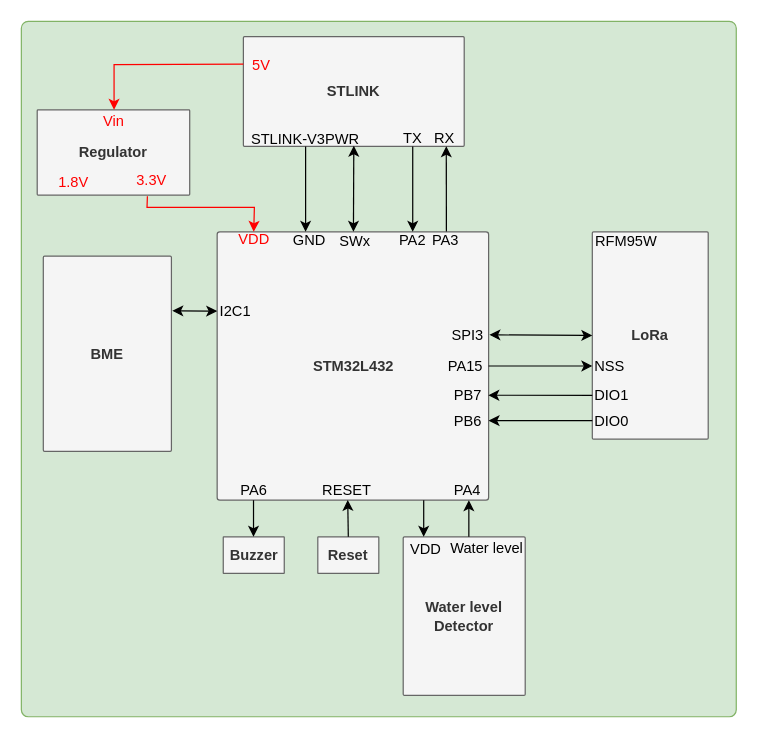
This is synoptique.drawio from senaalem/projet-iot, a draw.io file, before an edit. Source tidied: cells renumbered, new cells numbered last; positions are measured from the earlier drawing's top-left corner, leaving out a move shared by most shapes. Both pictures are drawn from the tidied source at 122%, with x=0, y=0 at pixel (21, 21).
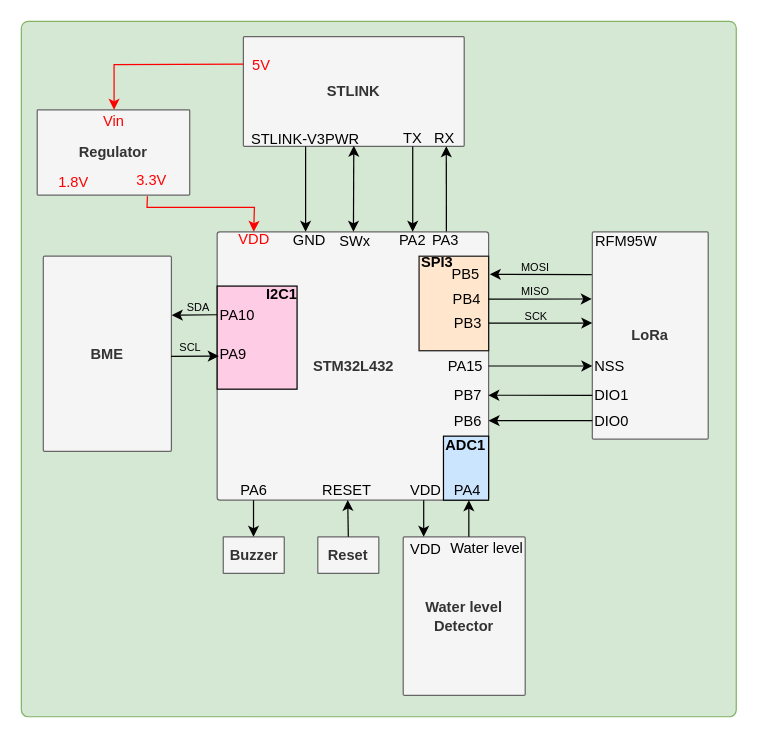
The same page after the edit.

Commit message (it also covers changes not shown here):
update color synoptique

The change refers to these unchanged cells:
```xml
<mxCell id="4" value="&lt;b&gt;LoRa&lt;/b&gt;" style="rounded=1;whiteSpace=wrap;html=1;arcSize=1;fillColor=#f5f5f5;fontColor=#333333;strokeColor=#666666;" parent="1" vertex="1">
  <mxGeometry x="468" y="172.5" width="95" height="170" as="geometry" />
</mxCell>
<mxCell id="7" value="&lt;b&gt;STM32L432&lt;/b&gt;" style="rounded=1;whiteSpace=wrap;html=1;arcSize=1;fillColor=#f5f5f5;fontColor=#333333;strokeColor=#666666;" parent="1" vertex="1">
  <mxGeometry x="160.5" y="172.5" width="222.5" height="220" as="geometry" />
</mxCell>
<mxCell id="44" value="&lt;b&gt;BME&lt;/b&gt;" style="rounded=1;whiteSpace=wrap;html=1;arcSize=1;fillColor=#f5f5f5;fontColor=#333333;strokeColor=#666666;" parent="1" vertex="1">
  <mxGeometry x="18" y="192.5" width="105" height="160" as="geometry" />
</mxCell>
```

The edit, as a diff of the source:
```diff
@@
-    <mxCell id="26" style="endArrow=classic;startArrow=classic;html=1;rounded=0;entryX=0;entryY=0.5;entryDx=0;entryDy=0;exitX=1.003;exitY=0.384;exitDx=0;exitDy=0;exitPerimeter=0;" parent="1" edge="1" source="7" target="4">
-      <mxGeometry relative="1" as="geometry" />
-    </mxCell>
@@
-    <mxCell id="33" value="SPI3" style="text;html=1;align=left;verticalAlign=middle;whiteSpace=wrap;rounded=0;" parent="1" vertex="1">
-      <mxGeometry x="351" y="252.5" width="24" height="10" as="geometry" />
-    </mxCell>
@@
+    <mxCell id="53" value="VDD" style="text;html=1;align=left;verticalAlign=middle;whiteSpace=wrap;rounded=0;" parent="1" vertex="1">
+      <mxGeometry x="317" y="379.5" width="26" height="10" as="geometry" />
+    </mxCell>
+    <mxCell id="54" style="rounded=0;whiteSpace=wrap;html=1;strokeColor=light-dark(#1A1A1A,#FFFFFF);fillColor=light-dark(#FFE6CC,var(--ge-dark-color, #121212));" parent="1" vertex="1">
+      <mxGeometry x="326" y="192.5" width="57" height="77.5" as="geometry" />
+    </mxCell>
+    <mxCell id="33" value="SPI3" style="text;html=1;align=left;verticalAlign=middle;whiteSpace=wrap;rounded=0;fontStyle=1;" parent="1" vertex="1">
+      <mxGeometry x="326" y="192.5" width="24" height="10" as="geometry" />
+    </mxCell>
+    <mxCell id="55" value="&lt;font style=&quot;font-size: 9px;&quot;&gt;MOSI&lt;/font&gt;" style="text;html=1;align=left;verticalAlign=middle;whiteSpace=wrap;rounded=0;" parent="1" vertex="1">
+      <mxGeometry x="408" y="195.5" width="33" height="10" as="geometry" />
+    </mxCell>
+    <mxCell id="56" value="&lt;font style=&quot;font-size: 9px;&quot;&gt;MISO&lt;/font&gt;" style="text;html=1;align=left;verticalAlign=middle;whiteSpace=wrap;rounded=0;" parent="1" vertex="1">
+      <mxGeometry x="408" y="215.5" width="33" height="10" as="geometry" />
+    </mxCell>
+    <mxCell id="57" value="&lt;font style=&quot;font-size: 9px;&quot;&gt;SCK&lt;/font&gt;" style="text;html=1;align=left;verticalAlign=middle;whiteSpace=wrap;rounded=0;" parent="1" vertex="1">
+      <mxGeometry x="411" y="235.5" width="33" height="10" as="geometry" />
+    </mxCell>
+    <mxCell id="58" value="PB5" style="text;html=1;align=left;verticalAlign=middle;whiteSpace=wrap;rounded=0;" parent="1" vertex="1">
+      <mxGeometry x="351" y="202.5" width="24" height="10" as="geometry" />
+    </mxCell>
+    <mxCell id="59" value="PB4" style="text;html=1;align=left;verticalAlign=middle;whiteSpace=wrap;rounded=0;" parent="1" vertex="1">
+      <mxGeometry x="352" y="222.5" width="24" height="10" as="geometry" />
+    </mxCell>
+    <mxCell id="60" value="PB3" style="text;html=1;align=left;verticalAlign=middle;whiteSpace=wrap;rounded=0;" parent="1" vertex="1">
+      <mxGeometry x="353" y="242.5" width="24" height="10" as="geometry" />
+    </mxCell>
+    <mxCell id="61" style="endArrow=classic;html=1;rounded=0;entryX=1.017;entryY=0.191;entryDx=0;entryDy=0;entryPerimeter=0;exitX=-0.005;exitY=0.207;exitDx=0;exitDy=0;exitPerimeter=0;" parent="1" edge="1" source="4" target="54">
+      <mxGeometry relative="1" as="geometry" />
+    </mxCell>
+    <mxCell id="62" style="endArrow=classic;html=1;rounded=0;entryX=-0.005;entryY=0.324;entryDx=0;entryDy=0;entryPerimeter=0;exitX=0.997;exitY=0.453;exitDx=0;exitDy=0;exitPerimeter=0;" parent="1" edge="1" source="54" target="4">
+      <mxGeometry relative="1" as="geometry" />
+    </mxCell>
+    <mxCell id="63" style="endArrow=classic;html=1;rounded=0;entryX=-0.005;entryY=0.324;entryDx=0;entryDy=0;entryPerimeter=0;exitX=0.997;exitY=0.453;exitDx=0;exitDy=0;exitPerimeter=0;" parent="1" edge="1">
+      <mxGeometry relative="1" as="geometry">
+        <mxPoint x="383" y="247.3" as="sourcePoint" />
+        <mxPoint x="468" y="247.3" as="targetPoint" />
+      </mxGeometry>
+    </mxCell>
+    <mxCell id="64" style="rounded=0;whiteSpace=wrap;html=1;fillColor=light-dark(#FFCCE6,var(--ge-dark-color, #121212));" parent="1" vertex="1">
+      <mxGeometry x="160.5" y="217" width="65.5" height="84.5" as="geometry" />
+    </mxCell>
+    <mxCell id="51" value="I2C1" style="text;html=1;align=left;verticalAlign=middle;whiteSpace=wrap;rounded=0;fontStyle=1;" parent="1" vertex="1">
+      <mxGeometry x="198.5" y="218.5" width="24" height="10" as="geometry" />
+    </mxCell>
+    <mxCell id="65" value="PA10" style="text;html=1;align=left;verticalAlign=middle;whiteSpace=wrap;rounded=0;" parent="1" vertex="1">
+      <mxGeometry x="160.5" y="235.5" width="24" height="10" as="geometry" />
+    </mxCell>
+    <mxCell id="66" value="PA9" style="text;html=1;align=left;verticalAlign=middle;whiteSpace=wrap;rounded=0;" parent="1" vertex="1">
+      <mxGeometry x="160.5" y="267.5" width="24" height="10" as="geometry" />
+    </mxCell>
+    <mxCell id="67" style="endArrow=classic;html=1;rounded=0;exitX=0;exitY=0.5;exitDx=0;exitDy=0;entryX=1.003;entryY=0.302;entryDx=0;entryDy=0;entryPerimeter=0;" parent="1" edge="1" source="65" target="44">
+      <mxGeometry relative="1" as="geometry" />
+    </mxCell>
+    <mxCell id="68" style="endArrow=classic;html=1;rounded=0;exitX=0.997;exitY=0.513;exitDx=0;exitDy=0;exitPerimeter=0;entryX=0.006;entryY=0.463;entryDx=0;entryDy=0;entryPerimeter=0;" parent="1" edge="1" source="44" target="7">
+      <mxGeometry relative="1" as="geometry" />
+    </mxCell>
+    <mxCell id="69" value="&lt;font style=&quot;font-size: 9px;&quot;&gt;SDA&lt;/font&gt;" style="text;html=1;align=left;verticalAlign=middle;whiteSpace=wrap;rounded=0;" parent="1" vertex="1">
+      <mxGeometry x="134" y="228.5" width="33" height="10" as="geometry" />
+    </mxCell>
+    <mxCell id="70" value="&lt;font style=&quot;font-size: 9px;&quot;&gt;SCL&lt;/font&gt;" style="text;html=1;align=left;verticalAlign=middle;whiteSpace=wrap;rounded=0;" parent="1" vertex="1">
+      <mxGeometry x="127.5" y="262" width="33" height="10" as="geometry" />
+    </mxCell>
+    <mxCell id="71" style="rounded=0;whiteSpace=wrap;html=1;fillColor=light-dark(#CCE5FF,var(--ge-dark-color, #121212));" parent="1" vertex="1">
+      <mxGeometry x="346" y="340" width="37" height="52.5" as="geometry" />
+    </mxCell>
@@
-    <mxCell id="51" value="I2C1" style="text;html=1;align=left;verticalAlign=middle;whiteSpace=wrap;rounded=0;" parent="1" vertex="1">
-      <mxGeometry x="160.5" y="232.5" width="24" height="10" as="geometry" />
-    </mxCell>
-    <mxCell id="52" style="endArrow=classic;startArrow=classic;html=1;rounded=0;exitX=1.007;exitY=0.28;exitDx=0;exitDy=0;exitPerimeter=0;entryX=0;entryY=0.5;entryDx=0;entryDy=0;" parent="1" edge="1" source="44" target="51">
-      <mxGeometry relative="1" as="geometry" />
-    </mxCell>
+    <mxCell id="72" value="ADC1" style="text;html=1;align=left;verticalAlign=middle;whiteSpace=wrap;rounded=0;fontStyle=1;" parent="1" vertex="1">
+      <mxGeometry x="346" y="342.5" width="24" height="10" as="geometry" />
+    </mxCell>
```
